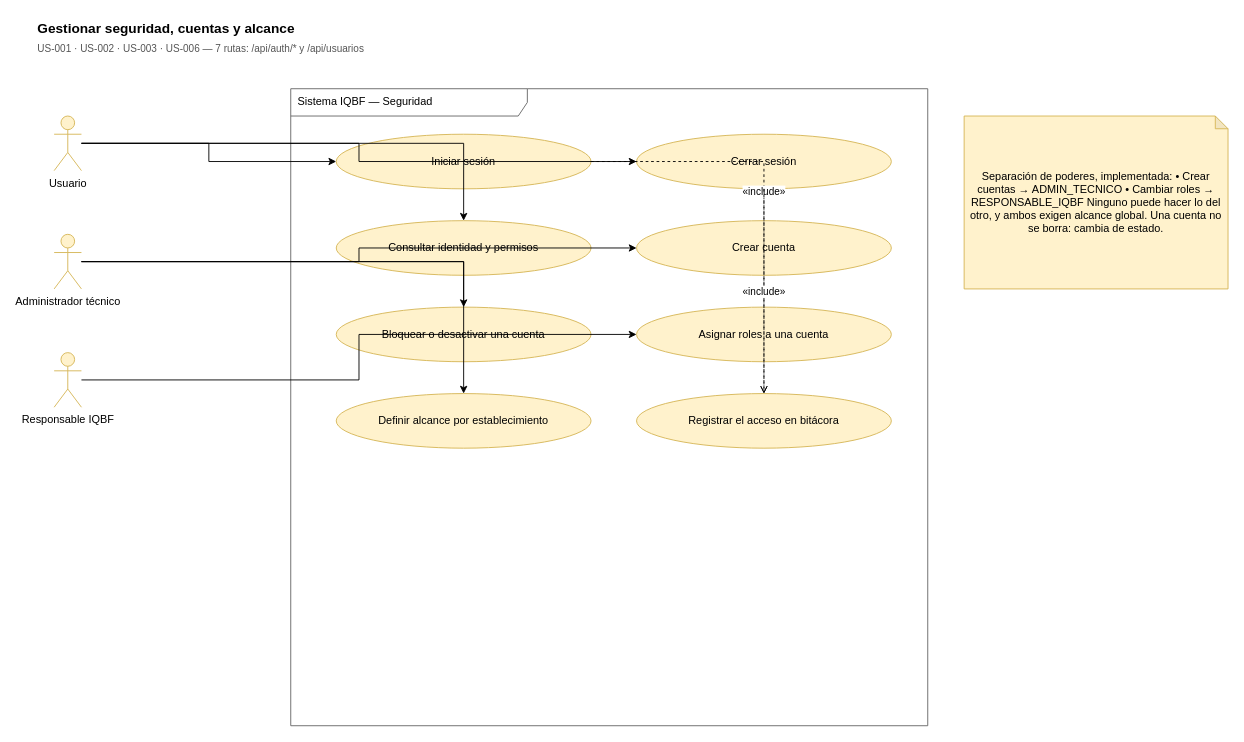
Above: page "Gestionar Seguridad" (2 of 8) of specs/diagramas/IQBF_Diagramas.drawio in jeffangeloss/IQBF-ULIMA_Back (draw.io), before the change. Source tidied: cells renumbered, new cells numbered last; positions are measured from the earlier drawing's top-left corner, leaving out a move shared by most shapes. Both pictures are drawn from the tidied source at 91%, with x=0, y=0 at pixel (35, 15).
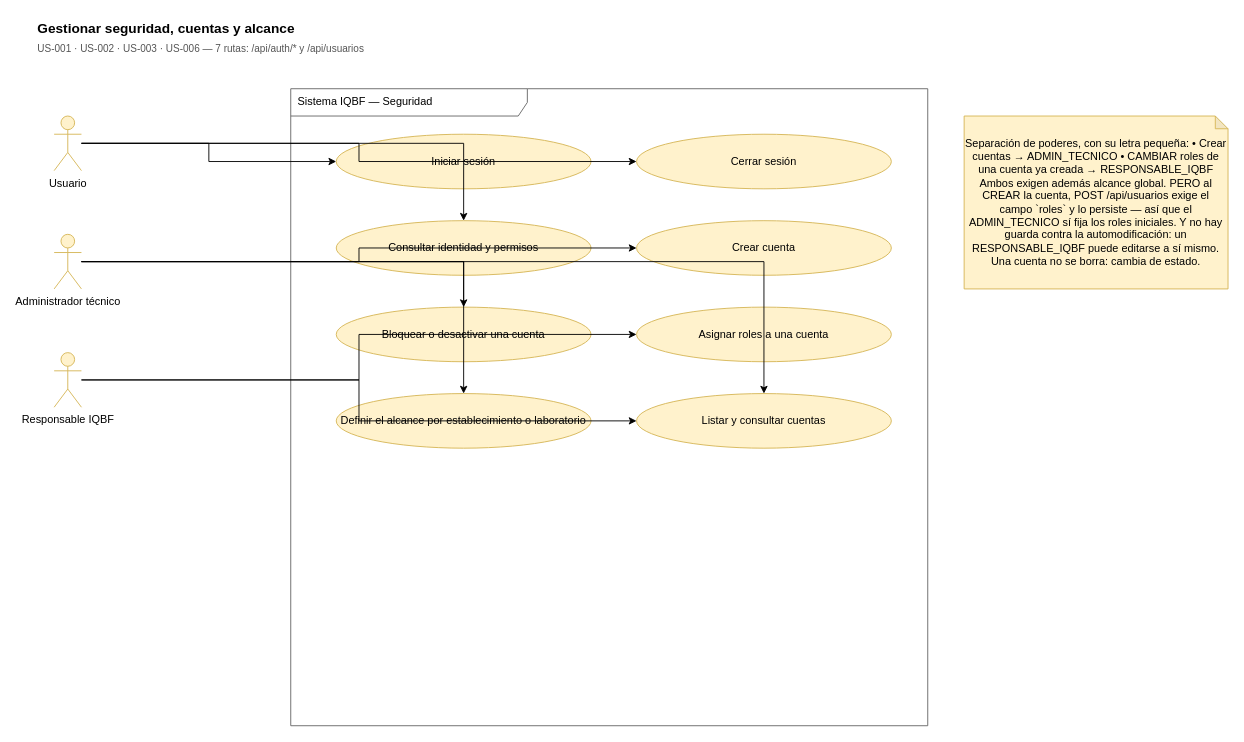
Above is the later version.

The change refers to these unchanged cells:
```xml
<mxCell id="5" value="Administrador técnico" style="shape=umlActor;verticalLabelPosition=bottom;verticalAlign=top;html=1;labelBackgroundColor=none;rounded=0;fillColor=#fff2cc;strokeColor=#d6b656;" parent="1" vertex="1">
  <mxGeometry x="20" y="240" width="30" height="60" as="geometry" />
</mxCell>
<mxCell id="6" value="Responsable IQBF" style="shape=umlActor;verticalLabelPosition=bottom;verticalAlign=top;html=1;labelBackgroundColor=none;rounded=0;fillColor=#fff2cc;strokeColor=#d6b656;" parent="1" vertex="1">
  <mxGeometry x="20" y="370" width="30" height="60" as="geometry" />
</mxCell>
<mxCell id="8" value="Iniciar sesión" style="ellipse;whiteSpace=wrap;html=1;labelBackgroundColor=none;rounded=0;fillColor=#fff2cc;strokeColor=#d6b656;" parent="1" vertex="1">
  <mxGeometry x="330" y="130" width="280" height="60" as="geometry" />
</mxCell>
<mxCell id="9" value="Cerrar sesión" style="ellipse;whiteSpace=wrap;html=1;labelBackgroundColor=none;rounded=0;fillColor=#fff2cc;strokeColor=#d6b656;" parent="1" vertex="1">
  <mxGeometry x="660" y="130" width="280" height="60" as="geometry" />
</mxCell>
```

What changed in the source:
```diff
@@
-    <mxCell id="14" value="Definir alcance por establecimiento" style="ellipse;whiteSpace=wrap;html=1;labelBackgroundColor=none;rounded=0;fillColor=#fff2cc;strokeColor=#d6b656;" parent="1" vertex="1">
+    <mxCell id="14" value="Definir el alcance por establecimiento o laboratorio" style="ellipse;whiteSpace=wrap;html=1;labelBackgroundColor=none;rounded=0;fillColor=#fff2cc;strokeColor=#d6b656;" parent="1" vertex="1">
       <mxGeometry x="330" y="415" width="280" height="60" as="geometry" />
     </mxCell>
-    <mxCell id="15" value="Registrar el acceso en bitácora" style="ellipse;whiteSpace=wrap;html=1;labelBackgroundColor=none;rounded=0;fillColor=#fff2cc;strokeColor=#d6b656;" parent="1" vertex="1">
+    <mxCell id="15" value="Listar y consultar cuentas" style="ellipse;whiteSpace=wrap;html=1;labelBackgroundColor=none;rounded=0;fillColor=#fff2cc;strokeColor=#d6b656;" parent="1" vertex="1">
       <mxGeometry x="660" y="415" width="280" height="60" as="geometry" />
     </mxCell>
@@
-    <mxCell id="23" value="«include»" style="edgeStyle=orthogonalEdgeStyle;rounded=0;html=1;dashed=1;endArrow=open;endFill=0;" parent="1" edge="1" source="8" target="15">
+    <mxCell id="23" style="edgeStyle=orthogonalEdgeStyle;rounded=0;jettySize=auto;html=1;" parent="1" edge="1" source="6" target="15">
       <mxGeometry relative="1" as="geometry" />
     </mxCell>
-    <mxCell id="24" value="«include»" style="edgeStyle=orthogonalEdgeStyle;rounded=0;html=1;dashed=1;endArrow=open;endFill=0;" parent="1" edge="1" source="9" target="15">
+    <mxCell id="24" style="edgeStyle=orthogonalEdgeStyle;rounded=0;jettySize=auto;html=1;" parent="1" edge="1" source="5" target="15">
       <mxGeometry relative="1" as="geometry" />
     </mxCell>
-    <mxCell id="25" value="Separación de poderes, implementada:  • Crear cuentas → ADMIN_TECNICO • Cambiar roles → RESPONSABLE_IQBF  Ninguno puede hacer lo del otro, y ambos exigen alcance global.  Una cuenta no se borra: cambia de estado." style="shape=note;whiteSpace=wrap;html=1;backgroundOutline=1;darkOpacity=0.05;size=14;fillColor=#fff2cc;strokeColor=#d6b656;" parent="1" vertex="1">
+    <mxCell id="25" value="Separación de poderes, con su letra pequeña:  • Crear cuentas → ADMIN_TECNICO • CAMBIAR roles de una cuenta ya creada →   RESPONSABLE_IQBF Ambos exigen además alcance global.  PERO al CREAR la cuenta, POST /api/usuarios exige el campo `roles` y lo persiste — así que el ADMIN_TECNICO sí fija los roles iniciales.  Y no hay guarda contra la automodificación: un RESPONSABLE_IQBF puede editarse a sí mismo.  Una cuenta no se borra: cambia de estado." style="shape=note;whiteSpace=wrap;html=1;backgroundOutline=1;darkOpacity=0.05;size=14;fillColor=#fff2cc;strokeColor=#d6b656;" parent="1" vertex="1">
       <mxGeometry x="1020" y="110" width="290" height="190" as="geometry" />
     </mxCell>
```
